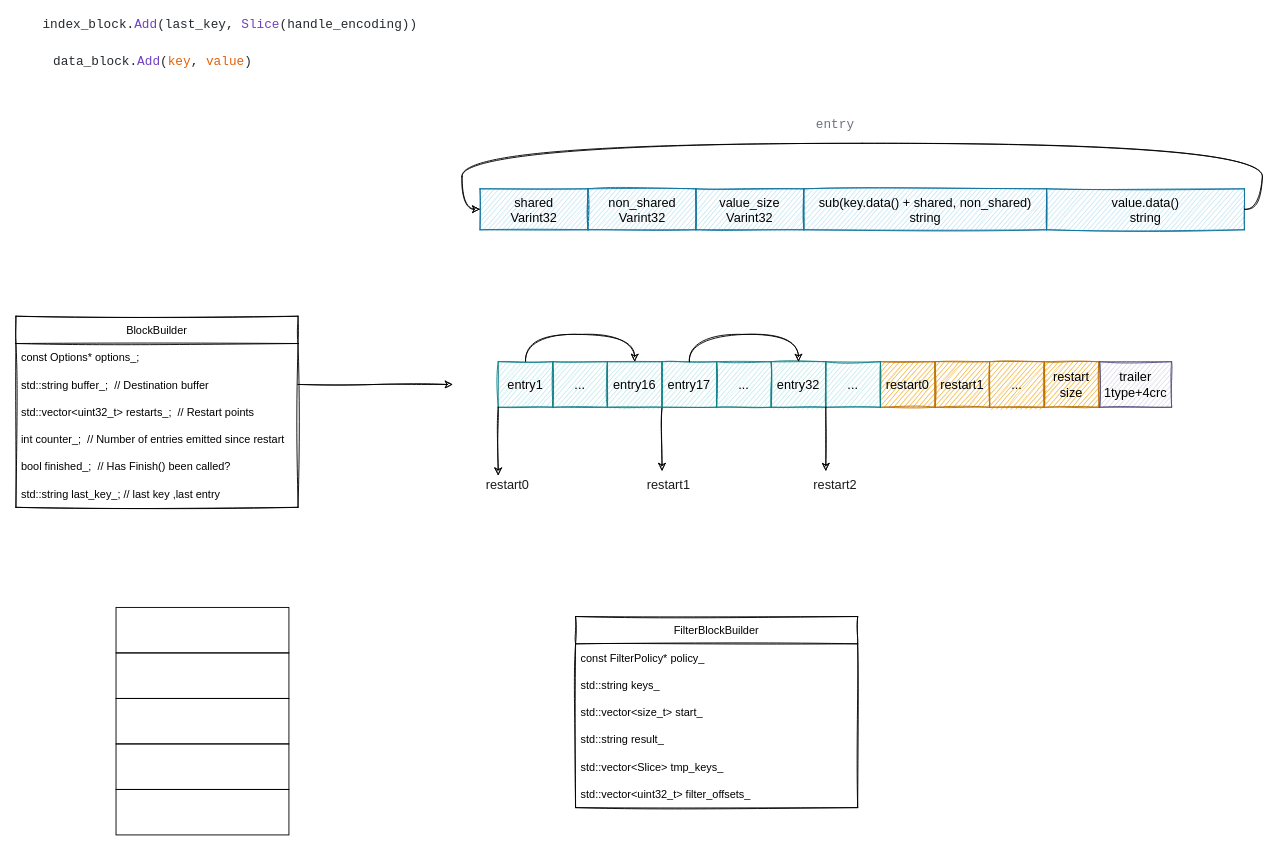
The draw.io diagram 20211027.drawio in RiverFerry/picBed, before the edit. Source tidied: cells renumbered, new cells numbered last; positions are measured from the earlier drawing's top-left corner, leaving out a move shared by most shapes. Both pictures are drawn from the tidied source at 91%, with x=0, y=0 at pixel (15, 15).
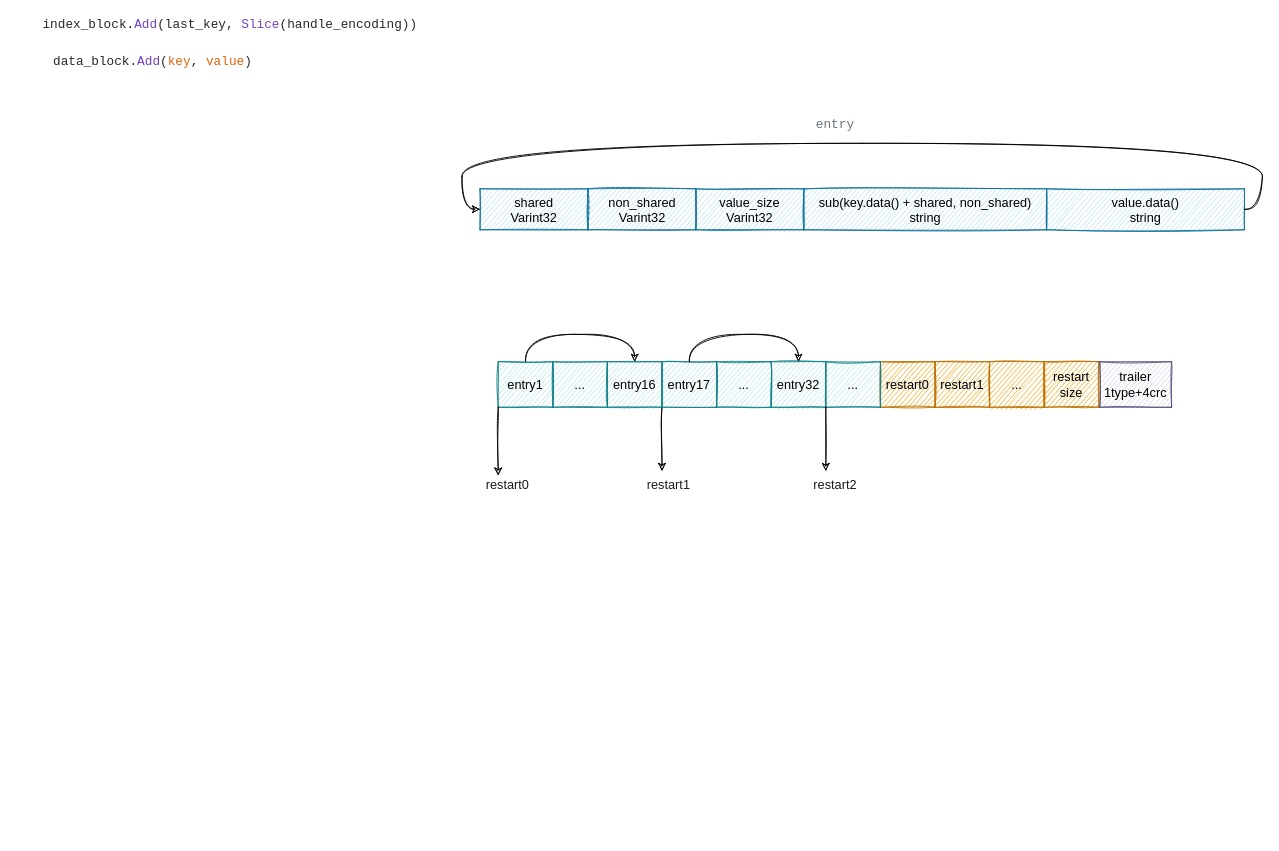
The same page after the edit.

Change to the diagram source:
```diff
@@
-    <mxCell id="3" value="BlockBuilder" style="swimlane;fontStyle=0;horizontal=1;startSize=30;sketch=1;" parent="1" vertex="1">
-      <mxGeometry y="330" width="310" height="210" as="geometry" />
-    </mxCell>
-    <mxCell id="4" value="const Options* options_;" style="text;strokeColor=none;fillColor=none;align=left;verticalAlign=middle;spacingLeft=4;spacingRight=4;overflow=hidden;fontColor=#000000;sketch=1;" parent="3" vertex="1">
-      <mxGeometry y="30" width="310" height="30" as="geometry" />
-    </mxCell>
-    <mxCell id="5" value="std::string buffer_;  // Destination buffer" style="text;strokeColor=none;fillColor=none;align=left;verticalAlign=middle;spacingLeft=4;spacingRight=4;overflow=hidden;points=[[0,0.5],[1,0.5]];portConstraint=eastwest;fontColor=#000000;sketch=1;" parent="3" vertex="1">
-      <mxGeometry y="60" width="310" height="30" as="geometry" />
-    </mxCell>
-    <mxCell id="6" value="std::vector&lt;uint32_t&gt; restarts_;  // Restart points" style="text;strokeColor=none;fillColor=none;align=left;verticalAlign=middle;spacingLeft=4;spacingRight=4;overflow=hidden;sketch=1;" parent="3" vertex="1">
-      <mxGeometry y="90" width="310" height="30" as="geometry" />
-    </mxCell>
-    <mxCell id="7" value="int counter_;  // Number of entries emitted since restart" style="text;strokeColor=none;fillColor=none;align=left;verticalAlign=middle;spacingLeft=4;spacingRight=4;overflow=hidden;sketch=1;" parent="3" vertex="1">
-      <mxGeometry y="120" width="310" height="30" as="geometry" />
-    </mxCell>
-    <mxCell id="8" value="bool finished_;  // Has Finish() been called?" style="text;strokeColor=none;fillColor=none;align=left;verticalAlign=middle;spacingLeft=4;spacingRight=4;overflow=hidden;sketch=1;" parent="3" vertex="1">
-      <mxGeometry y="150" width="310" height="30" as="geometry" />
-    </mxCell>
-    <mxCell id="9" value="std::string last_key_; // last key ,last entry" style="text;strokeColor=none;fillColor=none;align=left;verticalAlign=middle;spacingLeft=4;spacingRight=4;overflow=hidden;sketch=1;" parent="3" vertex="1">
-      <mxGeometry y="180" width="310" height="30" as="geometry" />
-    </mxCell>
@@
-    <mxCell id="16" style="edgeStyle=orthogonalEdgeStyle;rounded=0;jettySize=auto;html=1;fontSize=14;sketch=1;" parent="1" edge="1" source="5">
-      <mxGeometry relative="1" as="geometry">
-        <mxPoint x="480" y="405" as="targetPoint" />
-      </mxGeometry>
-    </mxCell>
@@
-    <mxCell id="38" style="rounded=0;whiteSpace=wrap;html=1;shadow=0;sketch=0;fontSize=14;fontColor=#1A1A1A;strokeColor=default;fillColor=none;gradientColor=#ffffff;" parent="1" vertex="1">
-      <mxGeometry x="110" y="650" width="190" height="50" as="geometry" />
-    </mxCell>
-    <mxCell id="39" style="rounded=0;whiteSpace=wrap;html=1;shadow=0;sketch=0;fontSize=14;fontColor=#1A1A1A;strokeColor=default;fillColor=none;gradientColor=#ffffff;" parent="1" vertex="1">
-      <mxGeometry x="110" y="700" width="190" height="50" as="geometry" />
-    </mxCell>
-    <mxCell id="40" style="rounded=0;whiteSpace=wrap;html=1;shadow=0;sketch=0;fontSize=14;fontColor=#1A1A1A;strokeColor=default;fillColor=none;gradientColor=#ffffff;" parent="1" vertex="1">
-      <mxGeometry x="110" y="750" width="190" height="50" as="geometry" />
-    </mxCell>
-    <mxCell id="41" style="rounded=0;whiteSpace=wrap;html=1;shadow=0;sketch=0;fontSize=14;fontColor=#1A1A1A;strokeColor=default;fillColor=none;gradientColor=#ffffff;" parent="1" vertex="1">
-      <mxGeometry x="110" y="800" width="190" height="50" as="geometry" />
-    </mxCell>
-    <mxCell id="42" style="rounded=0;whiteSpace=wrap;html=1;shadow=0;sketch=0;fontSize=14;fontColor=#1A1A1A;strokeColor=default;fillColor=none;gradientColor=#ffffff;" parent="1" vertex="1">
-      <mxGeometry x="110" y="850" width="190" height="50" as="geometry" />
-    </mxCell>
@@
-    <mxCell id="44" value="FilterBlockBuilder" style="swimlane;fontStyle=0;horizontal=1;startSize=30;sketch=1;" parent="1" vertex="1">
-      <mxGeometry x="615" y="660" width="310" height="210" as="geometry" />
-    </mxCell>
-    <mxCell id="45" value="const FilterPolicy* policy_" style="text;strokeColor=none;fillColor=none;align=left;verticalAlign=middle;spacingLeft=4;spacingRight=4;overflow=hidden;fontColor=#000000;sketch=1;" parent="44" vertex="1">
-      <mxGeometry y="30" width="310" height="30" as="geometry" />
-    </mxCell>
-    <mxCell id="46" value="std::string keys_" style="text;strokeColor=none;fillColor=none;align=left;verticalAlign=middle;spacingLeft=4;spacingRight=4;overflow=hidden;fontColor=#000000;sketch=1;" parent="44" vertex="1">
-      <mxGeometry y="60" width="310" height="30" as="geometry" />
-    </mxCell>
-    <mxCell id="47" value="std::vector&lt;size_t&gt; start_" style="text;strokeColor=none;fillColor=none;align=left;verticalAlign=middle;spacingLeft=4;spacingRight=4;overflow=hidden;sketch=1;" parent="44" vertex="1">
-      <mxGeometry y="90" width="310" height="30" as="geometry" />
-    </mxCell>
-    <mxCell id="48" value="std::string result_" style="text;strokeColor=none;fillColor=none;align=left;verticalAlign=middle;spacingLeft=4;spacingRight=4;overflow=hidden;sketch=1;" parent="44" vertex="1">
-      <mxGeometry y="120" width="310" height="30" as="geometry" />
-    </mxCell>
-    <mxCell id="49" value="std::vector&lt;Slice&gt; tmp_keys_" style="text;strokeColor=none;fillColor=none;align=left;verticalAlign=middle;spacingLeft=4;spacingRight=4;overflow=hidden;sketch=1;" parent="44" vertex="1">
-      <mxGeometry y="150" width="310" height="30" as="geometry" />
-    </mxCell>
-    <mxCell id="50" value="std::vector&lt;uint32_t&gt; filter_offsets_" style="text;strokeColor=none;fillColor=none;align=left;verticalAlign=middle;spacingLeft=4;spacingRight=4;overflow=hidden;sketch=1;" parent="44" vertex="1">
-      <mxGeometry y="180" width="310" height="30" as="geometry" />
-    </mxCell>
```
